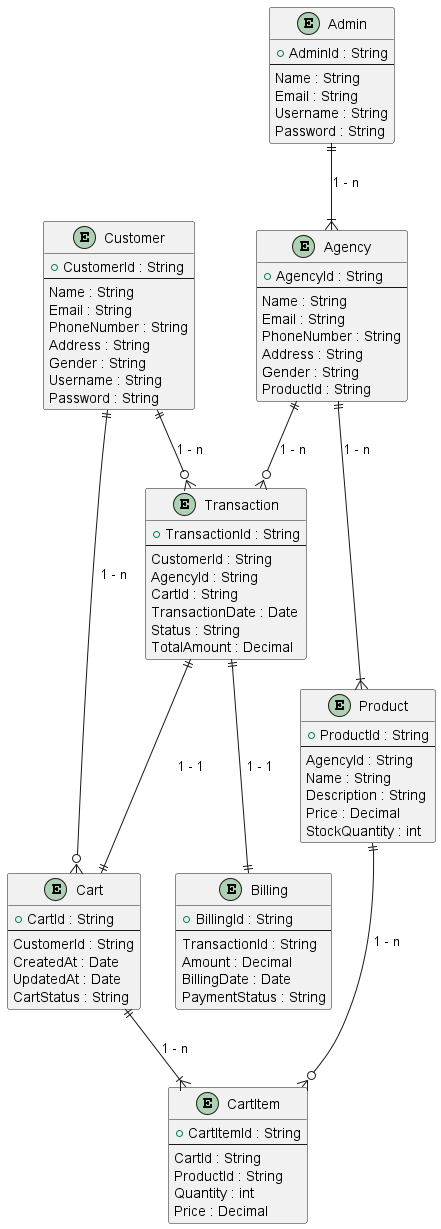
huysupercool666/backend-udt-test keeps this PlantUML diagram as erd/commerceErd.png. Above is the earlier version.
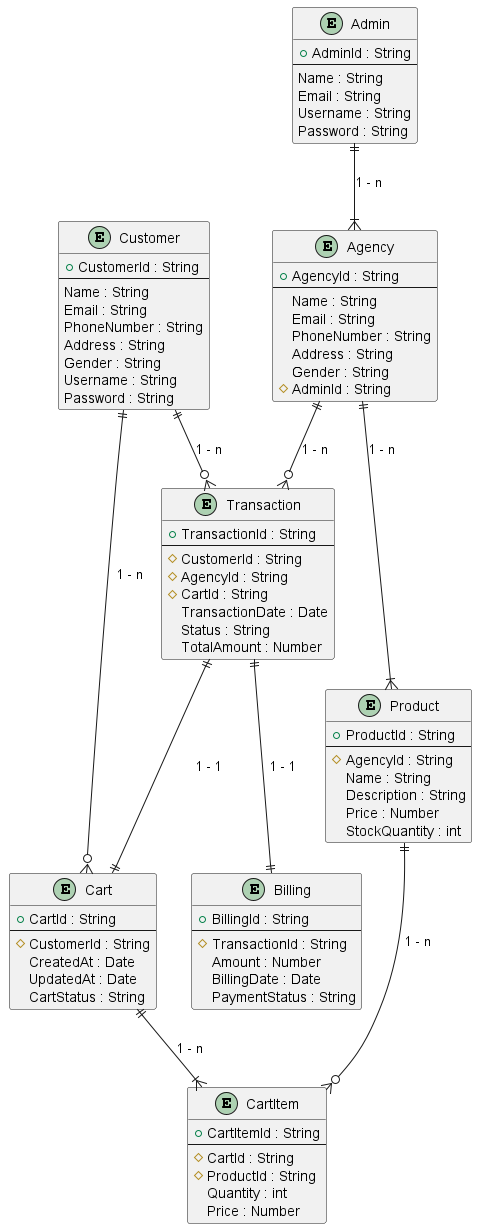
Above is the later version.

What changed in the source:
```diff
@@ -15,7 +15,7 @@
 entity Cart {
   + CartId : String
   --
-  CustomerId : String
+  # CustomerId : String
   CreatedAt : Date
   UpdatedAt : Date
   CartStatus : String
@@ -24,38 +24,38 @@
 entity CartItem {
   + CartItemId : String
   --
-  CartId : String
-  ProductId : String
+  # CartId : String
+  # ProductId : String
   Quantity : int
-  Price : Decimal
+  Price : Number
 }
 
 entity Product {
   + ProductId : String
   --
-  AgencyId : String
+  # AgencyId : String
   Name : String
   Description : String
-  Price : Decimal
+  Price : Number
   StockQuantity : int
 }
 
 entity Transaction {
   + TransactionId : String
   --
-  CustomerId : String
-  AgencyId : String
-  CartId : String
+  # CustomerId : String
+  # AgencyId : String
+  # CartId : String
   TransactionDate : Date
   Status : String
-  TotalAmount : Decimal
+  TotalAmount : Number
 }
 
 entity Billing {
   + BillingId : String
   --
-  TransactionId : String
-  Amount : Decimal
+  # TransactionId : String
+  Amount : Number
   BillingDate : Date
   PaymentStatus : String
 }
@@ -68,7 +68,7 @@
   PhoneNumber : String
   Address : String
   Gender : String
-  ProductId : String
+  # AdminId : String
 }
 
 entity Admin {
```
